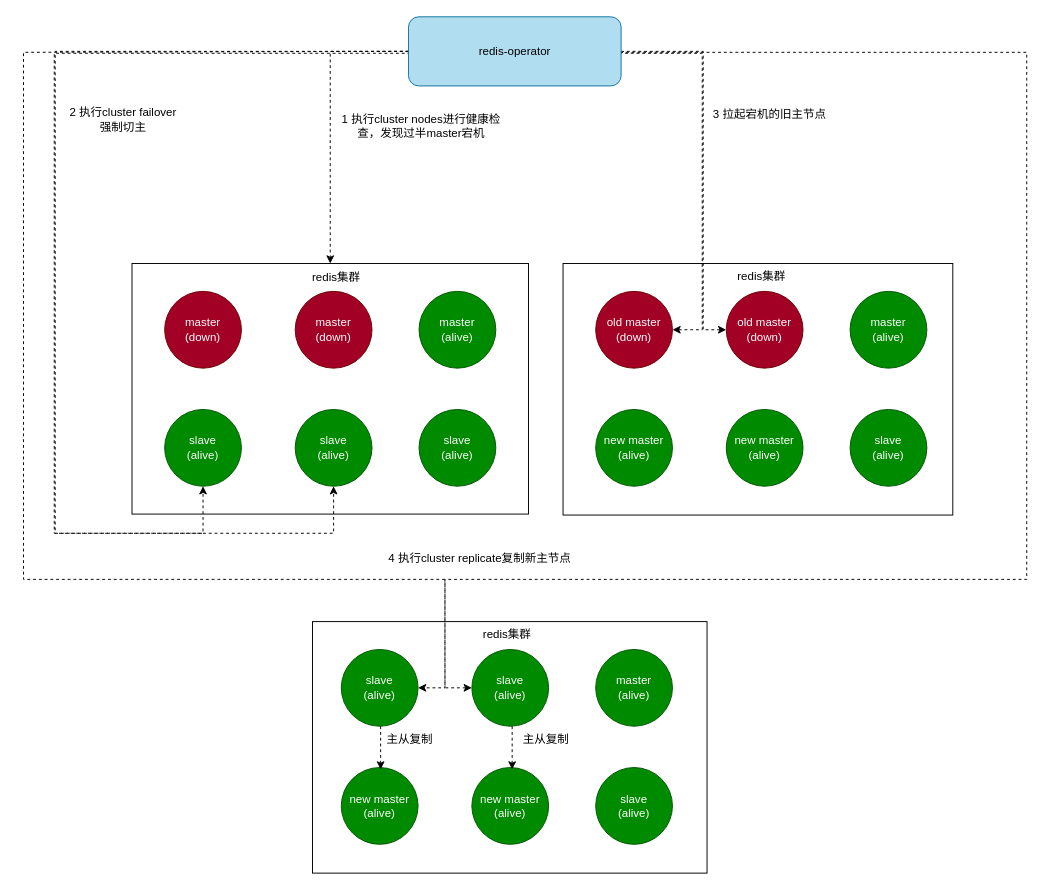
Before: diagrams/redis集群过半master节点宕机.drawio in fengyinqiao/cloudimg, a draw.io diagram. Source tidied: cells renumbered, new cells numbered last; positions are measured from the earlier drawing's top-left corner, leaving out a move shared by most shapes. Both pictures are drawn from the tidied source at 96%, with x=0, y=0 at pixel (23, 16).
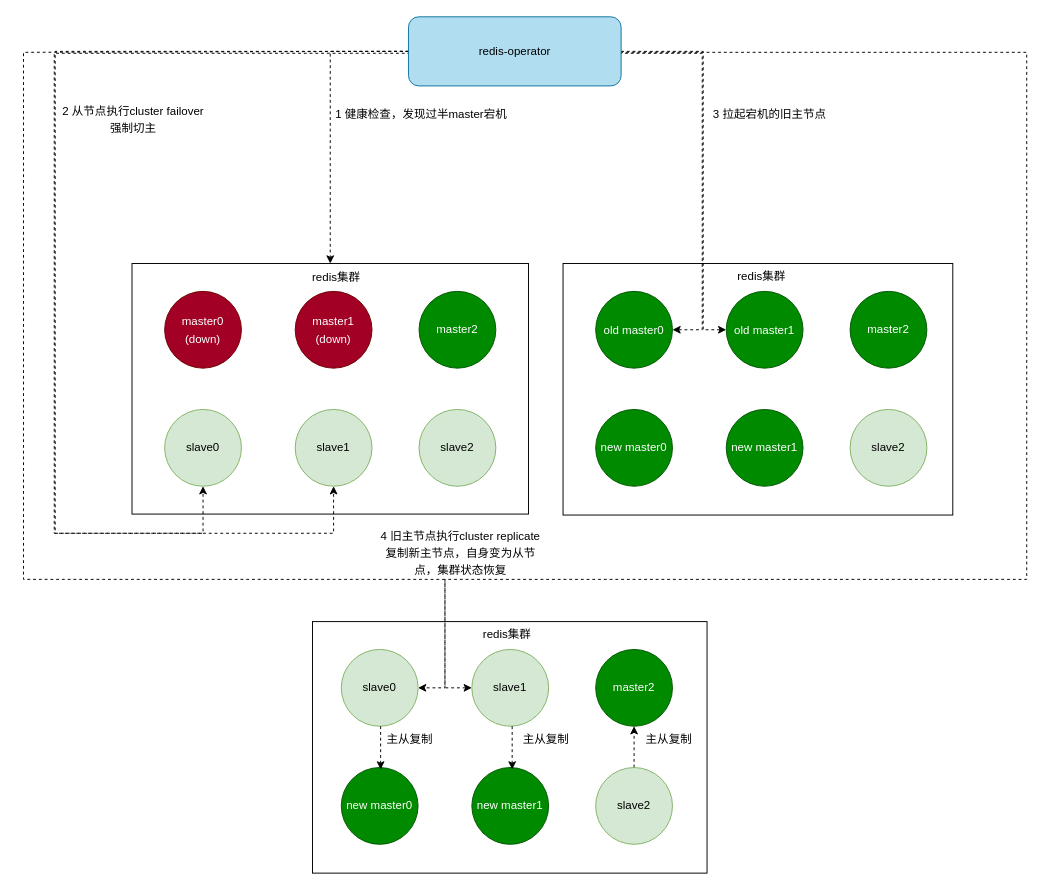
The same page after the edit.

Commit message:
更新redis集群过半master节点宕机.drawio

Diff of the diagram source:
```diff
@@
-    <mxCell id="4" value="master&lt;br&gt;(down)" style="ellipse;whiteSpace=wrap;html=1;fillColor=#a20025;fontColor=#ffffff;strokeColor=#6F0000;" parent="1" vertex="1">
+    <mxCell id="4" value="&lt;p style=&quot;line-height: 150%;&quot;&gt;master0&lt;br&gt;(down)&lt;/p&gt;" style="ellipse;whiteSpace=wrap;html=1;fillColor=#a20025;fontColor=#ffffff;strokeColor=#6F0000;" parent="1" vertex="1">
       <mxGeometry x="147" y="286" width="80" height="80" as="geometry" />
     </mxCell>
-    <mxCell id="5" value="slave&lt;br&gt;(alive)" style="ellipse;whiteSpace=wrap;html=1;fillColor=#008a00;fontColor=#ffffff;strokeColor=#005700;" parent="1" vertex="1">
+    <mxCell id="5" value="slave0" style="ellipse;whiteSpace=wrap;html=1;fillColor=#d5e8d4;strokeColor=#82b366;" parent="1" vertex="1">
       <mxGeometry x="147" y="409" width="80" height="80" as="geometry" />
     </mxCell>
-    <mxCell id="6" value="master&lt;br&gt;(down)" style="ellipse;whiteSpace=wrap;html=1;fillColor=#a20025;fontColor=#ffffff;strokeColor=#6F0000;" parent="1" vertex="1">
+    <mxCell id="6" value="&lt;p style=&quot;line-height: 150%;&quot;&gt;master1&lt;br&gt;(down)&lt;/p&gt;" style="ellipse;whiteSpace=wrap;html=1;fillColor=#a20025;fontColor=#ffffff;strokeColor=#6F0000;" parent="1" vertex="1">
       <mxGeometry x="283" y="286" width="80" height="80" as="geometry" />
     </mxCell>
-    <mxCell id="7" value="slave&lt;br&gt;(alive)" style="ellipse;whiteSpace=wrap;html=1;fillColor=#008a00;fontColor=#ffffff;strokeColor=#005700;" parent="1" vertex="1">
+    <mxCell id="7" value="slave1" style="ellipse;whiteSpace=wrap;html=1;fillColor=#d5e8d4;strokeColor=#82b366;" parent="1" vertex="1">
       <mxGeometry x="283" y="409" width="80" height="80" as="geometry" />
     </mxCell>
-    <mxCell id="8" value="master&lt;br&gt;(alive)" style="ellipse;whiteSpace=wrap;html=1;fillColor=#008a00;fontColor=#ffffff;strokeColor=#005700;" parent="1" vertex="1">
+    <mxCell id="8" value="master2" style="ellipse;whiteSpace=wrap;html=1;fillColor=#008a00;fontColor=#ffffff;strokeColor=#005700;" parent="1" vertex="1">
       <mxGeometry x="412" y="286" width="80" height="80" as="geometry" />
     </mxCell>
-    <mxCell id="9" value="slave&lt;br&gt;(alive)" style="ellipse;whiteSpace=wrap;html=1;fillColor=#008a00;fontColor=#ffffff;strokeColor=#005700;" parent="1" vertex="1">
+    <mxCell id="9" value="slave2" style="ellipse;whiteSpace=wrap;html=1;fillColor=#d5e8d4;strokeColor=#82b366;" parent="1" vertex="1">
       <mxGeometry x="412" y="409" width="80" height="80" as="geometry" />
     </mxCell>
@@
-    <mxCell id="12" value="1 执行cluster nodes进行健康检查，发现过半master宕机" style="text;html=1;strokeColor=none;fillColor=none;align=center;verticalAlign=middle;whiteSpace=wrap;rounded=0;" parent="1" vertex="1">
-      <mxGeometry x="324" y="99" width="181" height="30" as="geometry" />
+    <mxCell id="12" value="&lt;p style=&quot;line-height: 150%;&quot;&gt;1 健康检查，发现过半master宕机&lt;/p&gt;" style="text;html=1;strokeColor=none;fillColor=none;align=center;verticalAlign=middle;whiteSpace=wrap;rounded=0;" parent="1" vertex="1">
+      <mxGeometry x="324" y="86" width="181" height="30" as="geometry" />
     </mxCell>
@@
-    <mxCell id="14" value="old master&lt;br&gt;(down)" style="ellipse;whiteSpace=wrap;html=1;fillColor=#a20025;fontColor=#ffffff;strokeColor=#6F0000;" parent="1" vertex="1">
+    <mxCell id="14" value="&lt;p style=&quot;line-height: 150%;&quot;&gt;old master0&lt;br&gt;&lt;/p&gt;" style="ellipse;whiteSpace=wrap;html=1;fillColor=#008a00;fontColor=#ffffff;strokeColor=#005700;" parent="1" vertex="1">
       <mxGeometry x="596" y="286" width="80" height="80" as="geometry" />
     </mxCell>
-    <mxCell id="15" value="new master&lt;br&gt;(alive)" style="ellipse;whiteSpace=wrap;html=1;fillColor=#008a00;fontColor=#ffffff;strokeColor=#005700;" parent="1" vertex="1">
+    <mxCell id="15" value="new master0" style="ellipse;whiteSpace=wrap;html=1;fillColor=#008a00;fontColor=#ffffff;strokeColor=#005700;" parent="1" vertex="1">
       <mxGeometry x="596" y="409" width="80" height="80" as="geometry" />
     </mxCell>
-    <mxCell id="16" value="old master&lt;br&gt;(down)" style="ellipse;whiteSpace=wrap;html=1;fillColor=#a20025;fontColor=#ffffff;strokeColor=#6F0000;" parent="1" vertex="1">
+    <mxCell id="16" value="&lt;p style=&quot;line-height: 150%;&quot;&gt;old master1&lt;br&gt;&lt;/p&gt;" style="ellipse;whiteSpace=wrap;html=1;fillColor=#008a00;fontColor=#ffffff;strokeColor=#005700;" parent="1" vertex="1">
       <mxGeometry x="732" y="286" width="80" height="80" as="geometry" />
     </mxCell>
-    <mxCell id="17" value="new master&lt;br&gt;(alive)" style="ellipse;whiteSpace=wrap;html=1;fillColor=#008a00;fontColor=#ffffff;strokeColor=#005700;" parent="1" vertex="1">
+    <mxCell id="17" value="new master1" style="ellipse;whiteSpace=wrap;html=1;fillColor=#008a00;fontColor=#ffffff;strokeColor=#005700;" parent="1" vertex="1">
       <mxGeometry x="732" y="409" width="80" height="80" as="geometry" />
     </mxCell>
-    <mxCell id="18" value="master&lt;br&gt;(alive)" style="ellipse;whiteSpace=wrap;html=1;fillColor=#008a00;fontColor=#ffffff;strokeColor=#005700;" parent="1" vertex="1">
+    <mxCell id="18" value="master2" style="ellipse;whiteSpace=wrap;html=1;fillColor=#008a00;fontColor=#ffffff;strokeColor=#005700;" parent="1" vertex="1">
       <mxGeometry x="861" y="286" width="80" height="80" as="geometry" />
     </mxCell>
-    <mxCell id="19" value="slave&lt;br&gt;(alive)" style="ellipse;whiteSpace=wrap;html=1;fillColor=#008a00;fontColor=#ffffff;strokeColor=#005700;" parent="1" vertex="1">
+    <mxCell id="19" value="slave2" style="ellipse;whiteSpace=wrap;html=1;fillColor=#d5e8d4;strokeColor=#82b366;" parent="1" vertex="1">
       <mxGeometry x="861" y="409" width="80" height="80" as="geometry" />
     </mxCell>
@@
-    <mxCell id="21" value="slave&lt;br&gt;(alive)" style="ellipse;whiteSpace=wrap;html=1;fillColor=#008a00;fontColor=#ffffff;strokeColor=#005700;" parent="1" vertex="1">
+    <mxCell id="21" value="slave0" style="ellipse;whiteSpace=wrap;html=1;fillColor=#d5e8d4;strokeColor=#82b366;" parent="1" vertex="1">
       <mxGeometry x="331" y="659" width="80" height="80" as="geometry" />
     </mxCell>
-    <mxCell id="22" value="new master&lt;br&gt;(alive)" style="ellipse;whiteSpace=wrap;html=1;fillColor=#008a00;fontColor=#ffffff;strokeColor=#005700;" parent="1" vertex="1">
+    <mxCell id="22" value="new master0" style="ellipse;whiteSpace=wrap;html=1;fillColor=#008a00;fontColor=#ffffff;strokeColor=#005700;" parent="1" vertex="1">
       <mxGeometry x="331" y="782" width="80" height="80" as="geometry" />
     </mxCell>
-    <mxCell id="23" value="slave&lt;br&gt;(alive)" style="ellipse;whiteSpace=wrap;html=1;fillColor=#008a00;fontColor=#ffffff;strokeColor=#005700;" parent="1" vertex="1">
+    <mxCell id="23" value="slave1" style="ellipse;whiteSpace=wrap;html=1;fillColor=#d5e8d4;strokeColor=#82b366;" parent="1" vertex="1">
       <mxGeometry x="467" y="659" width="80" height="80" as="geometry" />
     </mxCell>
-    <mxCell id="24" value="new master&lt;br&gt;(alive)" style="ellipse;whiteSpace=wrap;html=1;fillColor=#008a00;fontColor=#ffffff;strokeColor=#005700;" parent="1" vertex="1">
+    <mxCell id="24" value="new master1" style="ellipse;whiteSpace=wrap;html=1;fillColor=#008a00;fontColor=#ffffff;strokeColor=#005700;" parent="1" vertex="1">
       <mxGeometry x="467" y="782" width="80" height="80" as="geometry" />
     </mxCell>
-    <mxCell id="25" value="master&lt;br&gt;(alive)" style="ellipse;whiteSpace=wrap;html=1;fillColor=#008a00;fontColor=#ffffff;strokeColor=#005700;" parent="1" vertex="1">
+    <mxCell id="25" value="master2" style="ellipse;whiteSpace=wrap;html=1;fillColor=#008a00;strokeColor=#005700;fontColor=#ffffff;" parent="1" vertex="1">
       <mxGeometry x="596" y="659" width="80" height="80" as="geometry" />
     </mxCell>
+    <mxCell id="42" style="edgeStyle=orthogonalEdgeStyle;rounded=0;jettySize=auto;html=1;exitX=0.5;exitY=0;exitDx=0;exitDy=0;dashed=1;" parent="1" edge="1" source="26" target="25">
+      <mxGeometry relative="1" as="geometry" />
+    </mxCell>
-    <mxCell id="26" value="slave&lt;br&gt;(alive)" style="ellipse;whiteSpace=wrap;html=1;fillColor=#008a00;fontColor=#ffffff;strokeColor=#005700;" parent="1" vertex="1">
+    <mxCell id="26" value="slave2" style="ellipse;whiteSpace=wrap;html=1;fillColor=#d5e8d4;strokeColor=#82b366;" parent="1" vertex="1">
       <mxGeometry x="596" y="782" width="80" height="80" as="geometry" />
     </mxCell>
@@
-    <mxCell id="29" value="4 执行cluster replicate复制新主节点" style="text;html=1;strokeColor=none;fillColor=none;align=center;verticalAlign=middle;whiteSpace=wrap;rounded=0;" parent="1" vertex="1">
-      <mxGeometry x="369" y="549" width="213" height="30" as="geometry" />
+    <mxCell id="29" value="&lt;p style=&quot;line-height: 150%;&quot;&gt;4 旧主节点执行cluster replicate&lt;br&gt;复制新主节点，自身变为从节点，集群状态恢复&lt;/p&gt;" style="text;html=1;strokeColor=none;fillColor=none;align=center;verticalAlign=middle;whiteSpace=wrap;rounded=0;" parent="1" vertex="1">
+      <mxGeometry x="369" y="543" width="173" height="30" as="geometry" />
     </mxCell>
@@
-    <mxCell id="38" value="2 执行cluster failover&lt;br&gt;强制切主" style="text;html=1;strokeColor=none;fillColor=none;align=center;verticalAlign=middle;whiteSpace=wrap;rounded=0;" parent="1" vertex="1">
-      <mxGeometry x="38" y="87" width="131.5" height="40" as="geometry" />
+    <mxCell id="38" value="&lt;p style=&quot;line-height: 150%;&quot;&gt;2 从节点执行cluster failover&lt;br&gt;强制切主&lt;/p&gt;" style="text;html=1;strokeColor=none;fillColor=none;align=center;verticalAlign=middle;whiteSpace=wrap;rounded=0;" parent="1" vertex="1">
+      <mxGeometry x="38" y="87" width="153" height="40" as="geometry" />
     </mxCell>
@@
+    <mxCell id="43" value="主从复制" style="text;html=1;strokeColor=none;fillColor=none;align=center;verticalAlign=middle;whiteSpace=wrap;rounded=0;" parent="1" vertex="1">
+      <mxGeometry x="635" y="745" width="75" height="16" as="geometry" />
+    </mxCell>
```
